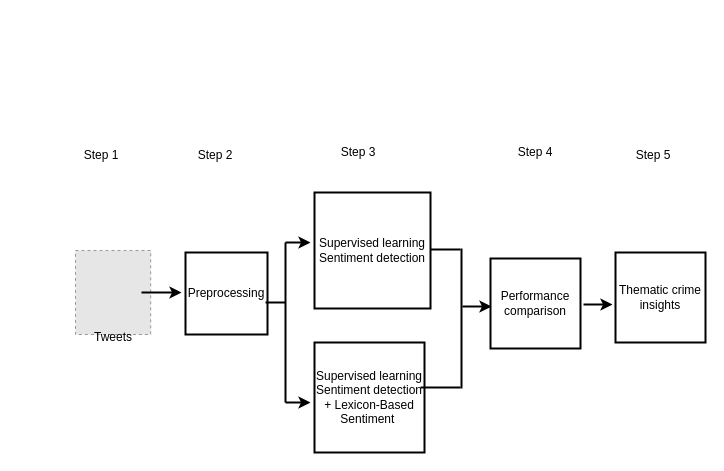
Earlier version of the draw.io diagram crime detection.drawio (oluwande/zmPDSwR). Source tidied: cells renumbered, new cells numbered last; positions are measured from the earlier drawing's top-left corner, leaving out a move shared by most shapes. Both pictures are drawn from the tidied source at 100%, with x=0, y=0 at pixel (71, 137). Pictures stored in the file or linked from it are replaced by grey dashed boxes.
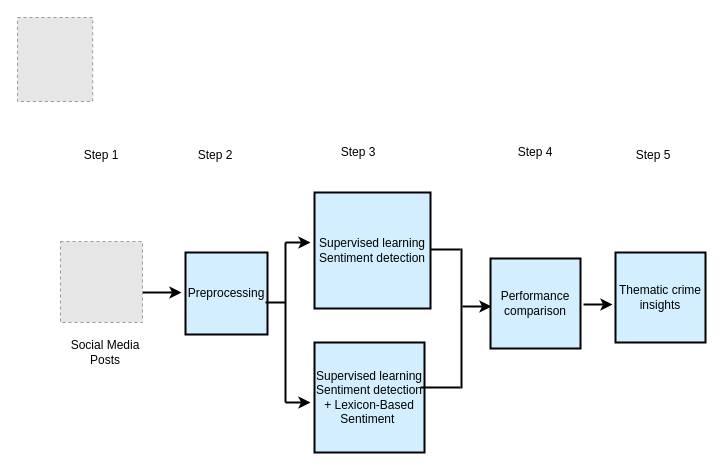
The same diagram, later.

Change to the diagram source:
```diff
@@
     <mxCell id="2" style="fillColor=#E6E6E6;strokeColor=#999999;dashed=1;verticalLabelPosition=bottom;labelBackgroundColor=default;verticalAlign=top;" parent="1" vertex="1">
-      <mxGeometry x="4" y="113" width="75.2" height="84" as="geometry" />
+      <mxGeometry x="-54" y="-120" width="75.2" height="84" as="geometry" />
     </mxCell>
-    <mxCell id="3" value="&lt;font style=&quot;color: light-dark(rgb(0, 0, 0), rgb(0, 0, 0));&quot;&gt;Tweets&lt;/font&gt;" style="text;html=1;align=center;verticalAlign=middle;whiteSpace=wrap;rounded=0;strokeWidth=2;fillColor=none;" parent="1" vertex="1">
-      <mxGeometry x="11.6" y="185" width="60" height="30" as="geometry" />
+    <mxCell id="3" value="&lt;font style=&quot;color: light-dark(rgb(0, 0, 0), rgb(0, 0, 0));&quot;&gt;Social Media Posts&lt;/font&gt;" style="text;html=1;align=center;verticalAlign=middle;whiteSpace=wrap;rounded=0;strokeWidth=2;fillColor=none;" parent="1" vertex="1">
+      <mxGeometry x="-2" y="200" width="72" height="30" as="geometry" />
     </mxCell>
-    <mxCell id="4" value="&lt;font style=&quot;color: light-dark(rgb(0, 0, 0), rgb(0, 0, 0));&quot;&gt;Preprocessing&lt;/font&gt;" style="whiteSpace=wrap;html=1;direction=south;strokeWidth=2;fillColor=none;" parent="1" vertex="1">
+    <mxCell id="4" value="&lt;font style=&quot;color: light-dark(rgb(0, 0, 0), rgb(0, 0, 0));&quot;&gt;Preprocessing&lt;/font&gt;" style="whiteSpace=wrap;html=1;direction=south;strokeWidth=2;fillColor=light-dark(#D3EFFF,#CCE5FF);" parent="1" vertex="1">
       <mxGeometry x="114" y="115" width="82" height="82" as="geometry" />
     </mxCell>
-    <mxCell id="5" value="&lt;font style=&quot;color: light-dark(rgb(0, 0, 0), rgb(0, 0, 0));&quot;&gt;Supervised learning Sentiment detection&lt;/font&gt;" style="whiteSpace=wrap;html=1;direction=south;strokeWidth=2;fillColor=none;" parent="1" vertex="1">
+    <mxCell id="5" value="&lt;font style=&quot;color: light-dark(rgb(0, 0, 0), rgb(0, 0, 0));&quot;&gt;Supervised learning Sentiment detection&lt;/font&gt;" style="whiteSpace=wrap;html=1;direction=south;strokeWidth=2;fillColor=#D3EFFF;" parent="1" vertex="1">
       <mxGeometry x="243" y="55" width="116" height="116" as="geometry" />
     </mxCell>
-    <mxCell id="6" value="&lt;font face=&quot;Helvetica&quot; style=&quot;color: light-dark(rgb(0, 0, 0), rgb(0, 0, 0));&quot;&gt;&lt;font style=&quot;&quot;&gt;Supervised learning Sentiment detection +&amp;nbsp;&lt;/font&gt;&lt;span style=&quot;line-height: 107%;&quot;&gt;Lexicon-Based Sentiment&amp;nbsp;&lt;/span&gt;&lt;/font&gt;" style="whiteSpace=wrap;html=1;direction=south;strokeWidth=2;fillColor=none;" parent="1" vertex="1">
+    <mxCell id="6" value="&lt;font face=&quot;Helvetica&quot; style=&quot;color: light-dark(rgb(0, 0, 0), rgb(0, 0, 0));&quot;&gt;&lt;font style=&quot;&quot;&gt;Supervised learning Sentiment detection +&amp;nbsp;&lt;/font&gt;&lt;span style=&quot;line-height: 107%;&quot;&gt;Lexicon-Based Sentiment&amp;nbsp;&lt;/span&gt;&lt;/font&gt;" style="whiteSpace=wrap;html=1;direction=south;strokeWidth=2;fillColor=#D3EFFF;" parent="1" vertex="1">
       <mxGeometry x="243" y="205" width="110" height="110" as="geometry" />
     </mxCell>
-    <mxCell id="7" value="&lt;font style=&quot;color: light-dark(rgb(0, 0, 0), rgb(0, 0, 0));&quot;&gt;Performance comparison&lt;/font&gt;" style="whiteSpace=wrap;html=1;direction=south;strokeWidth=2;fillColor=none;" parent="1" vertex="1">
+    <mxCell id="7" value="&lt;font style=&quot;color: light-dark(rgb(0, 0, 0), rgb(0, 0, 0));&quot;&gt;Performance comparison&lt;/font&gt;" style="whiteSpace=wrap;html=1;direction=south;strokeWidth=2;fillColor=#D3EFFF;" parent="1" vertex="1">
       <mxGeometry x="419" y="121" width="90" height="90" as="geometry" />
     </mxCell>
-    <mxCell id="8" value="&lt;font style=&quot;color: light-dark(rgb(0, 0, 0), rgb(0, 0, 0));&quot;&gt;Thematic crime insights&lt;/font&gt;" style="whiteSpace=wrap;html=1;direction=south;strokeWidth=2;fillColor=none;" parent="1" vertex="1">
+    <mxCell id="8" value="&lt;font style=&quot;color: light-dark(rgb(0, 0, 0), rgb(0, 0, 0));&quot;&gt;Thematic crime insights&lt;/font&gt;" style="whiteSpace=wrap;html=1;direction=south;strokeWidth=2;fillColor=#D3EFFF;" parent="1" vertex="1">
       <mxGeometry x="544" y="115" width="90" height="90" as="geometry" />
     </mxCell>
@@
+    <mxCell id="24" style="fillColor=#E6E6E6;strokeColor=#999999;dashed=1;verticalLabelPosition=bottom;labelBackgroundColor=default;verticalAlign=top;" parent="1" vertex="1">
+      <mxGeometry x="-11" y="104" width="82" height="81" as="geometry" />
+    </mxCell>
```
